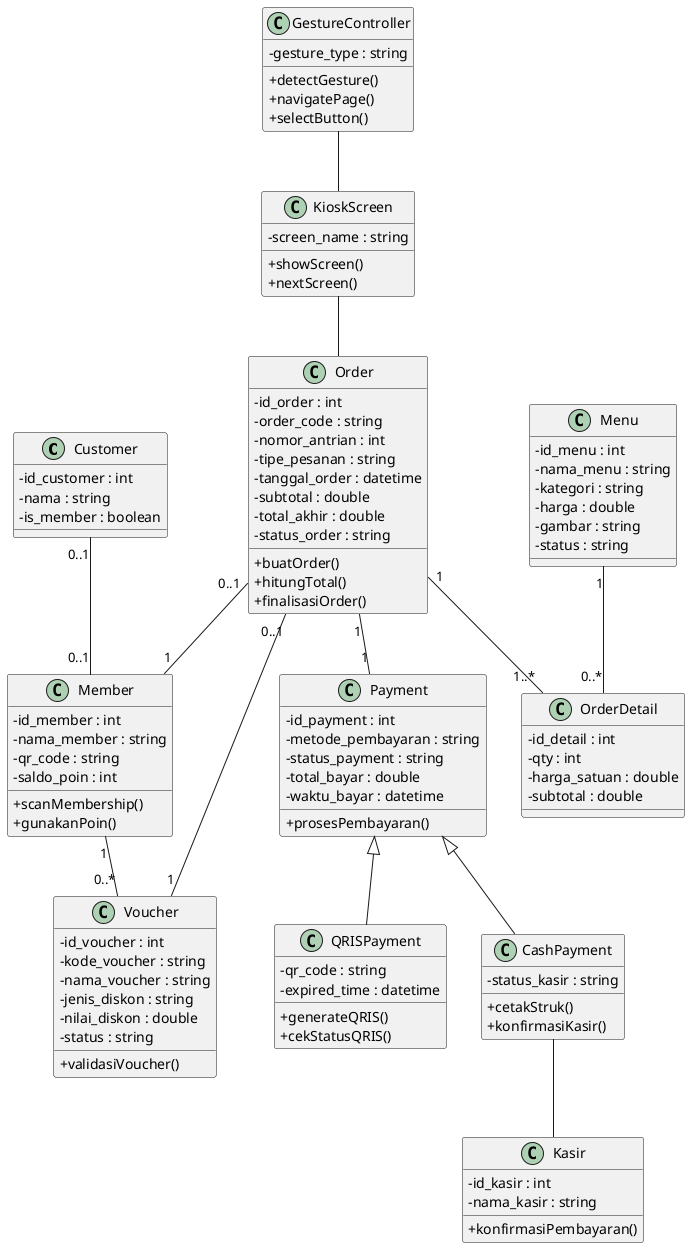
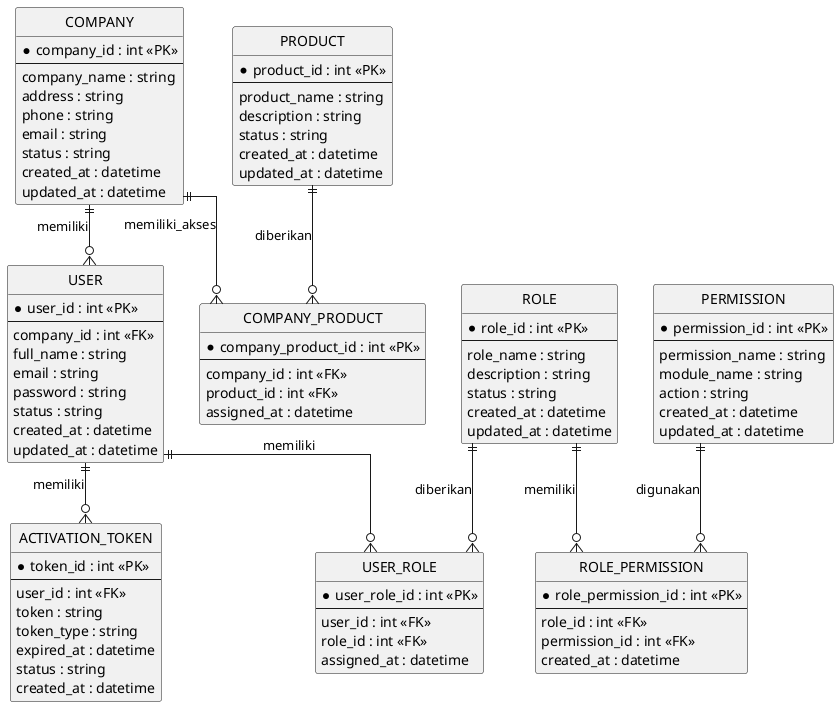
@startuml
- skinparam classAttributeIconSize 0
+ hide circle
+ skinparam linetype ortho

- class Customer {
-   - id_customer : int
-   - nama : string
-   - is_member : boolean
+ entity "COMPANY" as COMPANY {
+   * company_id : int <<PK>>
+   --
+   company_name : string
+   address : string
+   phone : string
+   email : string
+   status : string
+   created_at : datetime
+   updated_at : datetime
}

- class Member {
-   - id_member : int
-   - nama_member : string
-   - qr_code : string
-   - saldo_poin : int
-   + scanMembership()
-   + gunakanPoin()
+ entity "USER" as USER {
+   * user_id : int <<PK>>
+   --
+   company_id : int <<FK>>
+   full_name : string
+   email : string
+   password : string
+   status : string
+   created_at : datetime
+   updated_at : datetime
}

- class Voucher {
-   - id_voucher : int
-   - kode_voucher : string
-   - nama_voucher : string
-   - jenis_diskon : string
-   - nilai_diskon : double
-   - status : string
-   + validasiVoucher()
+ entity "ROLE" as ROLE {
+   * role_id : int <<PK>>
+   --
+   role_name : string
+   description : string
+   status : string
+   created_at : datetime
+   updated_at : datetime
}

- class Menu {
-   - id_menu : int
-   - nama_menu : string
-   - kategori : string
-   - harga : double
-   - gambar : string
-   - status : string
+ entity "PERMISSION" as PERMISSION {
+   * permission_id : int <<PK>>
+   --
+   permission_name : string
+   module_name : string
+   action : string
+   created_at : datetime
+   updated_at : datetime
}

- class Order {
-   - id_order : int
-   - order_code : string
-   - nomor_antrian : int
-   - tipe_pesanan : string
-   - tanggal_order : datetime
-   - subtotal : double
-   - total_akhir : double
-   - status_order : string
-   + buatOrder()
-   + hitungTotal()
-   + finalisasiOrder()
+ entity "USER_ROLE" as USER_ROLE {
+   * user_role_id : int <<PK>>
+   --
+   user_id : int <<FK>>
+   role_id : int <<FK>>
+   assigned_at : datetime
}

- class OrderDetail {
-   - id_detail : int
-   - qty : int
-   - harga_satuan : double
-   - subtotal : double
+ entity "ROLE_PERMISSION" as ROLE_PERMISSION {
+   * role_permission_id : int <<PK>>
+   --
+   role_id : int <<FK>>
+   permission_id : int <<FK>>
+   created_at : datetime
}

- class Payment {
-   - id_payment : int
-   - metode_pembayaran : string
-   - status_payment : string
-   - total_bayar : double
-   - waktu_bayar : datetime
-   + prosesPembayaran()
+ entity "PRODUCT" as PRODUCT {
+   * product_id : int <<PK>>
+   --
+   product_name : string
+   description : string
+   status : string
+   created_at : datetime
+   updated_at : datetime
}

- class QRISPayment {
-   - qr_code : string
-   - expired_time : datetime
-   + generateQRIS()
-   + cekStatusQRIS()
+ entity "COMPANY_PRODUCT" as COMPANY_PRODUCT {
+   * company_product_id : int <<PK>>
+   --
+   company_id : int <<FK>>
+   product_id : int <<FK>>
+   assigned_at : datetime
}

- class CashPayment {
-   - status_kasir : string
-   + cetakStruk()
-   + konfirmasiKasir()
+ entity "ACTIVATION_TOKEN" as ACTIVATION_TOKEN {
+   * token_id : int <<PK>>
+   --
+   user_id : int <<FK>>
+   token : string
+   token_type : string
+   expired_at : datetime
+   status : string
+   created_at : datetime
}

- class GestureController {
-   - gesture_type : string
-   + detectGesture()
-   + navigatePage()
-   + selectButton()
- }
+ COMPANY ||--o{ USER : memiliki
+ USER ||--o{ USER_ROLE : memiliki
+ ROLE ||--o{ USER_ROLE : diberikan

- class KioskScreen {
-   - screen_name : string
-   + showScreen()
-   + nextScreen()
- }
+ ROLE ||--o{ ROLE_PERMISSION : memiliki
+ PERMISSION ||--o{ ROLE_PERMISSION : digunakan

- class Kasir {
-   - id_kasir : int
-   - nama_kasir : string
-   + konfirmasiPembayaran()
- }
+ COMPANY ||--o{ COMPANY_PRODUCT : memiliki_akses
+ PRODUCT ||--o{ COMPANY_PRODUCT : diberikan

- Customer "0..1" -- "0..1" Member
- Member "1" -- "0..*" Voucher
- Order "1" -- "1..*" OrderDetail
- Menu "1" -- "0..*" OrderDetail
- Order "0..1" -- "1" Member
- Order "0..1" -- "1" Voucher
- Order "1" -- "1" Payment
- Payment <|-- QRISPayment
- Payment <|-- CashPayment
- CashPayment -- Kasir
- GestureController -- KioskScreen
- KioskScreen -- Order
+ USER ||--o{ ACTIVATION_TOKEN : memiliki

@enduml